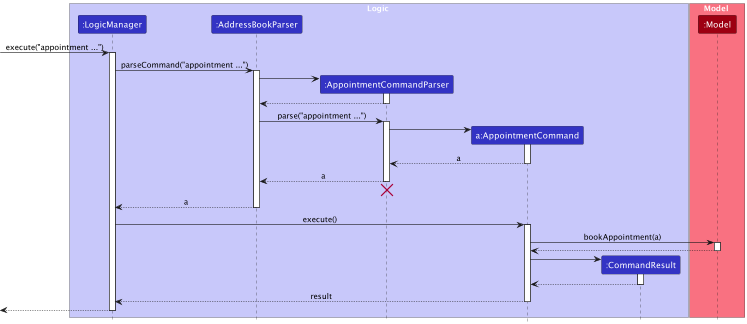
Earlier version of the PlantUML export docs/images/AppointmentSequenceDiagram.png (nus-cs2103-AY2223S2/tp). Its diagram source:
```plantuml
@startuml
!include style.puml

box Logic LOGIC_COLOR_T1
participant ":LogicManager" as LogicManager LOGIC_COLOR
participant ":AddressBookParser" as AddressBookParser LOGIC_COLOR
participant ":AppointmentCommandParser" as AppointmentCommandParser LOGIC_COLOR
participant "a:AppointmentCommand" as AppointmentCommand LOGIC_COLOR
participant ":CommandResult" as CommandResult LOGIC_COLOR
end box

box Model MODEL_COLOR_T1
participant ":Model" as Model MODEL_COLOR
end box

[-> LogicManager : execute("appointment ...")
activate LogicManager

LogicManager -> AddressBookParser : parseCommand("appointment ...")
activate AddressBookParser

create AppointmentCommandParser
AddressBookParser -> AppointmentCommandParser
activate AppointmentCommandParser

AppointmentCommandParser --> AddressBookParser
deactivate AppointmentCommandParser

AddressBookParser -> AppointmentCommandParser : parse("appointment ...")
activate AppointmentCommandParser

create AppointmentCommand
AppointmentCommandParser -> AppointmentCommand
activate AppointmentCommand

AppointmentCommand --> AppointmentCommandParser : a
deactivate AppointmentCommand

AppointmentCommandParser --> AddressBookParser : a
deactivate AppointmentCommandParser
AppointmentCommandParser -[hidden]-> AddressBookParser
destroy AppointmentCommandParser

AddressBookParser --> LogicManager : a
deactivate AddressBookParser

LogicManager -> AppointmentCommand : execute()
activate AppointmentCommand

AppointmentCommand -> Model : bookAppointment(a)
activate Model

Model --> AppointmentCommand
deactivate Model

create CommandResult
AppointmentCommand -> CommandResult
activate CommandResult

CommandResult --> AppointmentCommand
deactivate CommandResult

AppointmentCommand --> LogicManager : result
deactivate AppointmentCommand

[<--LogicManager
deactivate LogicManager
@enduml
```
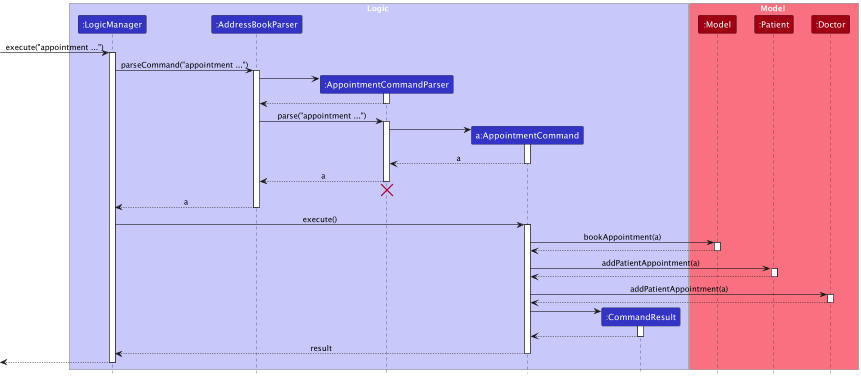
After the commit.

Commit message:
Update add/delete appointment sequence diagram

Diff of the diagram source:
```diff
@@ -11,6 +11,8 @@
 
 box Model MODEL_COLOR_T1
 participant ":Model" as Model MODEL_COLOR
+participant ":Patient" as Patient MODEL_COLOR
+participant ":Doctor" as Doctor MODEL_COLOR
 end box
 
 [-> LogicManager : execute("appointment ...")
@@ -53,6 +55,18 @@
 Model --> AppointmentCommand
 deactivate Model
 
+AppointmentCommand -> Patient : addPatientAppointment(a)
+activate Patient
+
+Patient --> AppointmentCommand
+deactivate Patient
+
+AppointmentCommand -> Doctor : addPatientAppointment(a)
+activate Doctor
+
+Doctor --> AppointmentCommand
+deactivate Doctor
+
 create CommandResult
 AppointmentCommand -> CommandResult
 activate CommandResult
```
